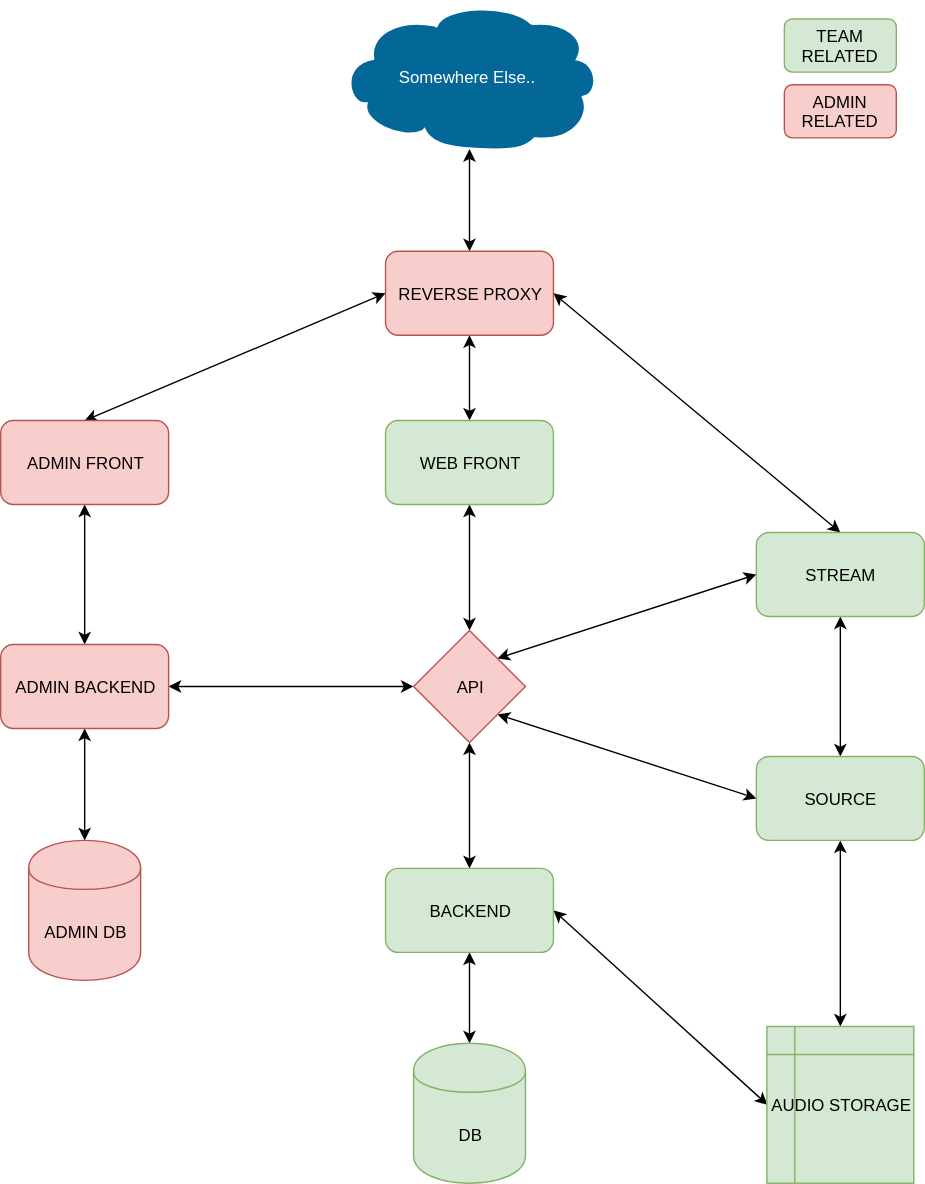
Before: Global Architecture.svg, a diagram exported from draw.io (NitroArtz/radio-bretzel). Source tidied: cells renumbered, new cells last; positions are measured from the earlier drawing's top-left corner, leaving out a move shared by most shapes.
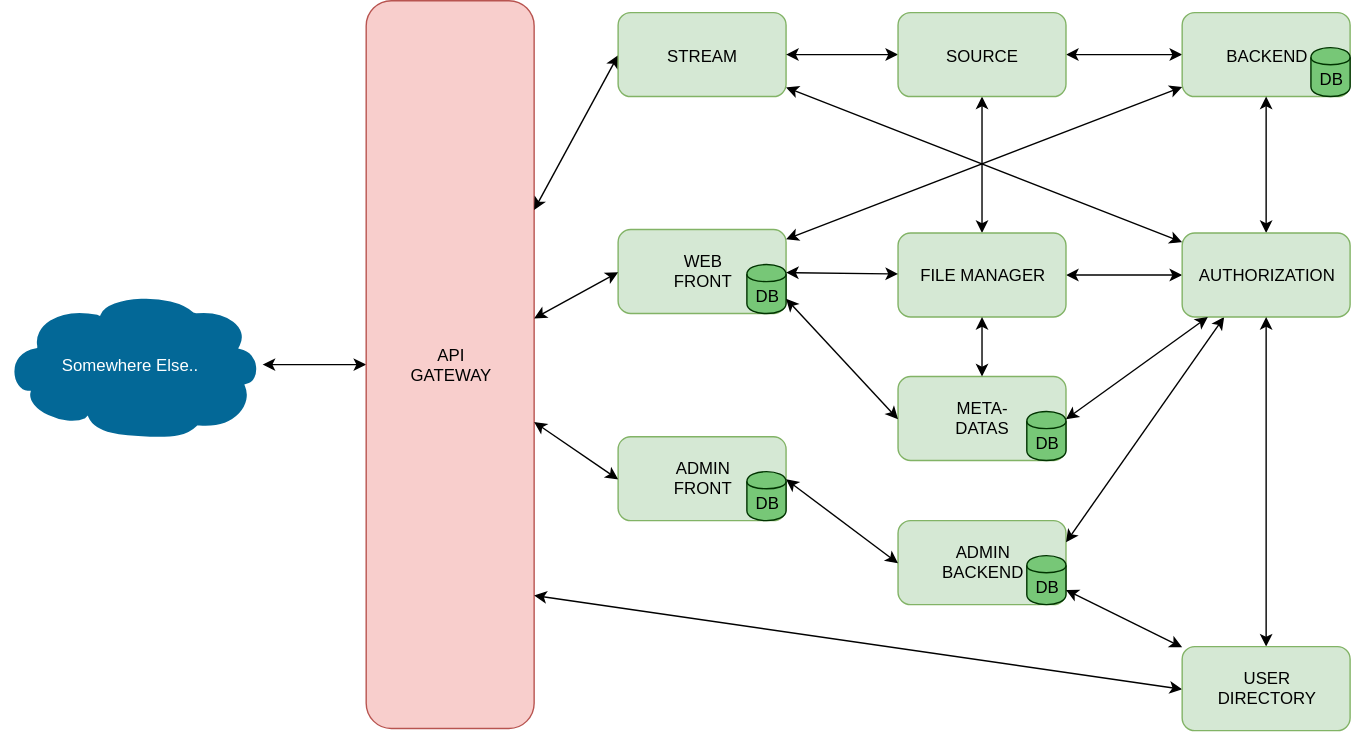
The same file after the commit.

Change to the diagram source:
```diff
@@ -3,91 +3,142 @@
     <mxCell id="0" />
     <mxCell id="1" parent="0" />
     <mxCell id="2" value="Somewhere Else.." style="shape=mxgraph.cisco.storage.cloud;html=1;dashed=0;fillColor=#036897;strokeColor=#ffffff;strokeWidth=2;verticalLabelPosition=middle;verticalAlign=middle;outlineConnect=0;fontColor=#FFFFFF;labelPosition=center;align=center;" parent="1" vertex="1">
-      <mxGeometry x="242" width="186" height="106" as="geometry" />
+      <mxGeometry x="-90" y="386" width="186" height="106" as="geometry" />
     </mxCell>
+    <mxCell id="31" style="edgeStyle=none;rounded=0;html=1;startArrow=classic;startFill=1;jettySize=auto;" parent="1" edge="1" source="5" target="2">
+      <mxGeometry relative="1" as="geometry" />
+    </mxCell>
+    <mxCell id="5" value="API&lt;br&gt;GATEWAY" style="rounded=1;whiteSpace=wrap;html=1;fillColor=#f8cecc;strokeColor=#b85450;" parent="1" vertex="1">
+      <mxGeometry x="170" y="179" width="120" height="520" as="geometry" />
+    </mxCell>
+    <mxCell id="32" style="edgeStyle=none;rounded=0;html=1;exitX=0;exitY=0.5;startArrow=classic;startFill=1;jettySize=auto;" parent="1" edge="1" source="7" target="5">
+      <mxGeometry relative="1" as="geometry" />
+    </mxCell>
+    <mxCell id="7" value="STREAM" style="rounded=1;whiteSpace=wrap;html=1;fillColor=#d5e8d4;strokeColor=#82b366;" parent="1" vertex="1">
+      <mxGeometry x="350" y="187.5" width="120" height="60" as="geometry" />
+    </mxCell>
+    <mxCell id="12" style="edgeStyle=none;rounded=0;html=1;startArrow=classic;startFill=1;jettySize=auto;" parent="1" edge="1" source="19" target="7">
+      <mxGeometry relative="1" as="geometry" />
+    </mxCell>
+    <mxCell id="15" style="edgeStyle=none;rounded=0;html=1;startArrow=classic;startFill=1;jettySize=auto;" parent="1" edge="1" source="19" target="18">
+      <mxGeometry relative="1" as="geometry" />
+    </mxCell>
+    <mxCell id="17" style="edgeStyle=none;rounded=0;html=1;startArrow=classic;startFill=1;jettySize=auto;" parent="1" edge="1" source="19" target="4">
+      <mxGeometry relative="1" as="geometry" />
+    </mxCell>
+    <mxCell id="19" value="SOURCE" style="rounded=1;whiteSpace=wrap;html=1;fillColor=#d5e8d4;strokeColor=#82b366;" parent="1" vertex="1">
+      <mxGeometry x="550" y="187.5" width="120" height="60" as="geometry" />
+    </mxCell>
+    <mxCell id="33" style="group;" parent="1" vertex="1">
+      <mxGeometry x="550" y="447.5" width="120" height="60" as="geometry" />
+    </mxCell>
+    <mxCell id="20" value="META-&lt;br&gt;DATAS" style="rounded=1;whiteSpace=wrap;html=1;fillColor=#d5e8d4;strokeColor=#82b366;" parent="33" vertex="1">
+      <mxGeometry width="120" height="60" as="geometry" />
+    </mxCell>
+    <mxCell id="22" value="DB" style="shape=cylinder;whiteSpace=wrap;html=1;boundedLbl=1;fillColor=#77C777;strokeColor=#003300;" parent="33" vertex="1">
+      <mxGeometry x="92" y="25" width="28" height="35" as="geometry" />
+    </mxCell>
+    <mxCell id="34" style="group;" parent="1" vertex="1">
+      <mxGeometry x="550" y="550.5" width="120" height="60" as="geometry" />
+    </mxCell>
+    <mxCell id="25" value="ADMIN&lt;br&gt;BACKEND" style="rounded=1;whiteSpace=wrap;html=1;fillColor=#d5e8d4;strokeColor=#82b366;" parent="34" vertex="1">
+      <mxGeometry width="120" height="60" as="geometry" />
+    </mxCell>
+    <mxCell id="27" value="DB" style="shape=cylinder;whiteSpace=wrap;html=1;boundedLbl=1;fillColor=#77C777;strokeColor=#003300;" parent="34" vertex="1">
+      <mxGeometry x="92" y="25" width="28" height="35" as="geometry" />
+    </mxCell>
+    <mxCell id="35" style="group;" parent="1" vertex="1">
+      <mxGeometry x="350" y="490.5" width="120" height="60" as="geometry" />
+    </mxCell>
+    <mxCell id="36" value="ADMIN&lt;br&gt;FRONT" style="rounded=1;whiteSpace=wrap;html=1;fillColor=#d5e8d4;strokeColor=#82b366;" parent="35" vertex="1">
+      <mxGeometry width="120" height="60" as="geometry" />
+    </mxCell>
+    <mxCell id="37" value="DB" style="shape=cylinder;whiteSpace=wrap;html=1;boundedLbl=1;fillColor=#77C777;strokeColor=#003300;" parent="35" vertex="1">
+      <mxGeometry x="92" y="25" width="28" height="35" as="geometry" />
+    </mxCell>
+    <mxCell id="21" style="group;" parent="1" vertex="1">
+      <mxGeometry x="753" y="187.5" width="120" height="60" as="geometry" />
+    </mxCell>
+    <mxCell id="16" style="group;" parent="21" vertex="1">
+      <mxGeometry width="120" height="60" as="geometry" />
+    </mxCell>
+    <mxCell id="38" style="group;" parent="16" vertex="1">
+      <mxGeometry width="120" height="60" as="geometry" />
+    </mxCell>
+    <mxCell id="18" value="BACKEND" style="rounded=1;whiteSpace=wrap;html=1;fillColor=#d5e8d4;strokeColor=#82b366;" parent="38" vertex="1">
+      <mxGeometry width="120" height="60" as="geometry" />
+    </mxCell>
-    <mxCell id="3" style="edgeStyle=none;rounded=0;html=1;exitX=0.5;exitY=1;entryX=0.5;entryY=0;startArrow=classic;startFill=1;jettySize=auto;" parent="1" edge="1" source="5" target="7">
-      <mxGeometry relative="1" as="geometry" />
+    <mxCell id="3" value="DB" style="shape=cylinder;whiteSpace=wrap;html=1;boundedLbl=1;fillColor=#77C777;strokeColor=#003300;" parent="38" vertex="1">
+      <mxGeometry x="92" y="25" width="28" height="35" as="geometry" />
     </mxCell>
+    <mxCell id="6" style="edgeStyle=none;rounded=0;html=1;startArrow=classic;startFill=1;jettySize=auto;" parent="1" edge="1" source="23" target="7">
+      <mxGeometry relative="1" as="geometry" />
+    </mxCell>
+    <mxCell id="8" style="edgeStyle=none;rounded=0;html=1;startArrow=classic;startFill=1;jettySize=auto;" parent="1" edge="1" source="23" target="18">
+      <mxGeometry relative="1" as="geometry" />
+    </mxCell>
+    <mxCell id="39" style="edgeStyle=none;rounded=0;html=1;startArrow=classic;startFill=1;jettySize=auto;" parent="1" edge="1" source="23" target="4">
+      <mxGeometry relative="1" as="geometry" />
+    </mxCell>
+    <mxCell id="40" style="edgeStyle=none;rounded=0;html=1;exitX=0.25;exitY=1;entryX=1;entryY=0.25;startArrow=classic;startFill=1;jettySize=auto;" parent="1" edge="1" source="23" target="25">
+      <mxGeometry relative="1" as="geometry" />
+    </mxCell>
+    <mxCell id="23" value="AUTHORIZATION" style="rounded=1;whiteSpace=wrap;html=1;fillColor=#d5e8d4;strokeColor=#82b366;" parent="1" vertex="1">
+      <mxGeometry x="753" y="345" width="120" height="60" as="geometry" />
+    </mxCell>
-    <mxCell id="4" style="edgeStyle=none;rounded=0;html=1;exitX=0.5;exitY=0;entryX=0.5;entryY=0.99;entryPerimeter=0;startArrow=classic;startFill=1;jettySize=auto;" parent="1" edge="1" source="5" target="2">
-      <mxGeometry relative="1" as="geometry" />
+    <mxCell id="4" value="FILE MANAGER" style="rounded=1;whiteSpace=wrap;html=1;fillColor=#d5e8d4;strokeColor=#82b366;" parent="1" vertex="1">
+      <mxGeometry x="550" y="345" width="120" height="60" as="geometry" />
     </mxCell>
-    <mxCell id="5" value="REVERSE PROXY" style="rounded=1;whiteSpace=wrap;html=1;fillColor=#f8cecc;strokeColor=#b85450;" parent="1" vertex="1">
-      <mxGeometry x="275" y="178" width="120" height="60" as="geometry" />
-    </mxCell>
-    <mxCell id="6" style="edgeStyle=none;rounded=0;html=1;exitX=0.5;exitY=1;entryX=0.5;entryY=0;startArrow=classic;startFill=1;jettySize=auto;" parent="1" edge="1" source="7" target="12">
-      <mxGeometry relative="1" as="geometry" />
-    </mxCell>
-    <mxCell id="7" value="WEB FRONT" style="rounded=1;whiteSpace=wrap;html=1;fillColor=#d5e8d4;strokeColor=#82b366;" parent="1" vertex="1">
-      <mxGeometry x="275" y="299" width="120" height="60" as="geometry" />
-    </mxCell>
-    <mxCell id="8" style="edgeStyle=none;rounded=0;html=1;exitX=0;exitY=0.5;entryX=1;entryY=0.5;startArrow=classic;startFill=1;jettySize=auto;" parent="1" edge="1" source="12" target="17">
-      <mxGeometry relative="1" as="geometry" />
-    </mxCell>
+    <mxCell id="24" style="group;" parent="1" vertex="1">
+      <mxGeometry x="350" y="342.5" width="120" height="60" as="geometry" />
+    </mxCell>
+    <mxCell id="41" style="group;" parent="24" vertex="1">
+      <mxGeometry width="120" height="60" as="geometry" />
+    </mxCell>
-    <mxCell id="9" style="edgeStyle=none;rounded=0;html=1;exitX=1;exitY=0;entryX=0;entryY=0.5;startArrow=classic;startFill=1;jettySize=auto;" parent="1" edge="1" source="12" target="25">
-      <mxGeometry relative="1" as="geometry" />
+    <mxCell id="9" style="group;" parent="41" vertex="1">
+      <mxGeometry width="120" height="60" as="geometry" />
     </mxCell>
-    <mxCell id="10" style="edgeStyle=none;rounded=0;html=1;exitX=0.5;exitY=1;entryX=0.5;entryY=0;startArrow=classic;startFill=1;jettySize=auto;" parent="1" edge="1" source="12" target="15">
-      <mxGeometry relative="1" as="geometry" />
+    <mxCell id="10" value="WEB&lt;br&gt;FRONT" style="rounded=1;whiteSpace=wrap;html=1;fillColor=#d5e8d4;strokeColor=#82b366;" parent="9" vertex="1">
+      <mxGeometry width="120" height="60" as="geometry" />
     </mxCell>
-    <mxCell id="11" style="edgeStyle=none;rounded=0;html=1;exitX=1;exitY=1;entryX=0;entryY=0.5;startArrow=classic;startFill=1;jettySize=auto;" parent="1" edge="1" source="12" target="27">
-      <mxGeometry relative="1" as="geometry" />
+    <mxCell id="11" value="DB" style="shape=cylinder;whiteSpace=wrap;html=1;boundedLbl=1;fillColor=#77C777;strokeColor=#003300;" parent="9" vertex="1">
+      <mxGeometry x="92" y="25" width="28" height="35" as="geometry" />
     </mxCell>
-    <mxCell id="12" value="API" style="rhombus;whiteSpace=wrap;html=1;fillColor=#f8cecc;strokeColor=#b85450;" parent="1" vertex="1">
-      <mxGeometry x="295" y="449" width="80" height="80" as="geometry" />
-    </mxCell>
+    <mxCell id="42" style="edgeStyle=none;rounded=0;html=1;startArrow=classic;startFill=1;jettySize=auto;exitX=1;exitY=0.5;" parent="1" edge="1" source="20" target="23">
+      <mxGeometry relative="1" as="geometry" />
+    </mxCell>
+    <mxCell id="43" style="edgeStyle=none;rounded=0;html=1;startArrow=classic;startFill=1;jettySize=auto;exitX=0;exitY=0.5;entryX=1;entryY=0.5;" parent="1" edge="1" source="25" target="36">
+      <mxGeometry relative="1" as="geometry" />
+    </mxCell>
-    <mxCell id="13" style="edgeStyle=none;rounded=0;html=1;exitX=0.5;exitY=1;entryX=0.5;entryY=0;startArrow=classic;startFill=1;jettySize=auto;" parent="1" edge="1" source="15" target="20">
+    <mxCell id="13" style="edgeStyle=none;rounded=0;html=1;startArrow=classic;startFill=1;jettySize=auto;" parent="1" edge="1" source="10" target="4">
       <mxGeometry relative="1" as="geometry" />
     </mxCell>
-    <mxCell id="14" style="edgeStyle=none;rounded=0;html=1;exitX=1;exitY=0.5;entryX=0;entryY=0.5;startArrow=classic;startFill=1;jettySize=auto;strokeWidth=1;" parent="1" edge="1" source="15" target="30">
-      <mxGeometry relative="1" as="geometry" />
-    </mxCell>
-    <mxCell id="15" value="BACKEND" style="rounded=1;whiteSpace=wrap;html=1;fillColor=#d5e8d4;strokeColor=#82b366;" parent="1" vertex="1">
-      <mxGeometry x="275" y="619" width="120" height="60" as="geometry" />
-    </mxCell>
-    <mxCell id="16" style="edgeStyle=orthogonalEdgeStyle;rounded=0;html=1;exitX=0.5;exitY=0;entryX=0.5;entryY=1;startArrow=classic;startFill=1;jettySize=auto;" parent="1" edge="1" source="17" target="19">
-      <mxGeometry relative="1" as="geometry" />
-    </mxCell>
-    <mxCell id="17" value="ADMIN BACKEND" style="rounded=1;whiteSpace=wrap;html=1;fillColor=#f8cecc;strokeColor=#b85450;" parent="1" vertex="1">
-      <mxGeometry y="459" width="120" height="60" as="geometry" />
-    </mxCell>
-    <mxCell id="18" style="rounded=0;html=1;exitX=0.5;exitY=0;entryX=0;entryY=0.5;startArrow=classic;startFill=1;jettySize=auto;" parent="1" edge="1" source="19" target="5">
-      <mxGeometry relative="1" as="geometry" />
-    </mxCell>
-    <mxCell id="19" value="ADMIN FRONT" style="rounded=1;whiteSpace=wrap;html=1;fillColor=#f8cecc;strokeColor=#b85450;" parent="1" vertex="1">
-      <mxGeometry y="299" width="120" height="60" as="geometry" />
-    </mxCell>
-    <mxCell id="20" value="DB" style="shape=cylinder;whiteSpace=wrap;html=1;boundedLbl=1;fillColor=#d5e8d4;strokeColor=#82b366;" parent="1" vertex="1">
-      <mxGeometry x="295" y="744" width="80" height="100" as="geometry" />
-    </mxCell>
-    <mxCell id="21" style="edgeStyle=orthogonalEdgeStyle;rounded=0;html=1;exitX=0.5;exitY=0;startArrow=classic;startFill=1;jettySize=auto;" parent="1" edge="1" source="22" target="17">
-      <mxGeometry relative="1" as="geometry" />
-    </mxCell>
-    <mxCell id="22" value="ADMIN DB" style="shape=cylinder;whiteSpace=wrap;html=1;boundedLbl=1;fillColor=#f8cecc;strokeColor=#b85450;" parent="1" vertex="1">
-      <mxGeometry x="20" y="599" width="80" height="100" as="geometry" />
-    </mxCell>
-    <mxCell id="23" style="edgeStyle=none;rounded=0;html=1;exitX=0.5;exitY=0;entryX=1;entryY=0.5;startArrow=classic;startFill=1;jettySize=auto;" parent="1" edge="1" source="25" target="5">
-      <mxGeometry relative="1" as="geometry" />
-    </mxCell>
-    <mxCell id="24" style="edgeStyle=none;rounded=0;html=1;exitX=0.5;exitY=1;entryX=0.5;entryY=0;startArrow=classic;startFill=1;jettySize=auto;" parent="1" edge="1" source="25" target="27">
-      <mxGeometry relative="1" as="geometry" />
-    </mxCell>
-    <mxCell id="25" value="STREAM" style="rounded=1;whiteSpace=wrap;html=1;fillColor=#d5e8d4;strokeColor=#82b366;" parent="1" vertex="1">
-      <mxGeometry x="540" y="379" width="120" height="60" as="geometry" />
-    </mxCell>
-    <mxCell id="26" style="edgeStyle=none;rounded=0;html=1;exitX=0.5;exitY=1;entryX=0.5;entryY=0;startArrow=classic;startFill=1;jettySize=auto;strokeWidth=1;" parent="1" edge="1" source="27" target="30">
-      <mxGeometry relative="1" as="geometry" />
-    </mxCell>
-    <mxCell id="27" value="SOURCE" style="rounded=1;whiteSpace=wrap;html=1;fillColor=#d5e8d4;strokeColor=#82b366;" parent="1" vertex="1">
-      <mxGeometry x="540" y="539" width="120" height="60" as="geometry" />
-    </mxCell>
+    <mxCell id="44" style="edgeStyle=none;rounded=0;html=1;startArrow=classic;startFill=1;jettySize=auto;" parent="1" edge="1" source="20" target="4">
+      <mxGeometry relative="1" as="geometry" />
+    </mxCell>
+    <mxCell id="45" style="edgeStyle=none;rounded=0;html=1;startArrow=classic;startFill=1;jettySize=auto;" parent="1" edge="1" source="18" target="10">
+      <mxGeometry relative="1" as="geometry" />
+    </mxCell>
-    <mxCell id="28" value="TEAM RELATED" style="rounded=1;whiteSpace=wrap;html=1;fillColor=#d5e8d4;strokeColor=#82b366;" parent="1" vertex="1">
-      <mxGeometry x="560" y="12" width="80" height="38" as="geometry" />
+    <mxCell id="28" style="edgeStyle=none;rounded=0;html=1;startArrow=classic;startFill=1;jettySize=auto;entryX=0;entryY=0.5;exitX=1;exitY=0.7;" parent="1" edge="1" source="11" target="20">
+      <mxGeometry relative="1" as="geometry" />
     </mxCell>
-    <mxCell id="29" value="ADMIN RELATED" style="rounded=1;whiteSpace=wrap;html=1;fillColor=#f8cecc;strokeColor=#b85450;" parent="1" vertex="1">
-      <mxGeometry x="560" y="59" width="80" height="38" as="geometry" />
+    <mxCell id="29" style="edgeStyle=none;rounded=0;html=1;startArrow=classic;startFill=1;jettySize=auto;" parent="1" edge="1" source="14" target="23">
+      <mxGeometry relative="1" as="geometry" />
     </mxCell>
-    <mxCell id="30" value="AUDIO STORAGE" style="shape=internalStorage;whiteSpace=wrap;html=1;fillColor=#d5e8d4;strokeColor=#82b366;" parent="1" vertex="1">
-      <mxGeometry x="547.5" y="732" width="105" height="112" as="geometry" />
+    <mxCell id="30" style="edgeStyle=none;rounded=0;html=1;startArrow=classic;startFill=1;jettySize=auto;entryX=1;entryY=0.7;" parent="1" edge="1" source="14" target="27">
+      <mxGeometry relative="1" as="geometry" />
     </mxCell>
+    <mxCell id="26" style="edgeStyle=none;rounded=0;html=1;exitX=0;exitY=0.5;entryX=1;entryY=0.817;entryPerimeter=0;startArrow=classic;startFill=1;jettySize=auto;" parent="1" edge="1" source="14" target="5">
+      <mxGeometry relative="1" as="geometry" />
+    </mxCell>
+    <mxCell id="14" value="USER&lt;br&gt;DIRECTORY" style="rounded=1;whiteSpace=wrap;html=1;fillColor=#d5e8d4;strokeColor=#82b366;" parent="1" vertex="1">
+      <mxGeometry x="753" y="640.5" width="120" height="60" as="geometry" />
+    </mxCell>
+    <mxCell id="46" style="edgeStyle=none;rounded=0;html=1;exitX=0;exitY=0.5;startArrow=classic;startFill=1;jettySize=auto;" parent="1" edge="1" source="36" target="5">
+      <mxGeometry relative="1" as="geometry" />
+    </mxCell>
+    <mxCell id="47" style="edgeStyle=none;rounded=0;html=1;exitX=0;exitY=0.5;startArrow=classic;startFill=1;jettySize=auto;" parent="1" edge="1" source="10" target="5">
+      <mxGeometry relative="1" as="geometry" />
+    </mxCell>
   </root>
 </mxGraphModel>
```
